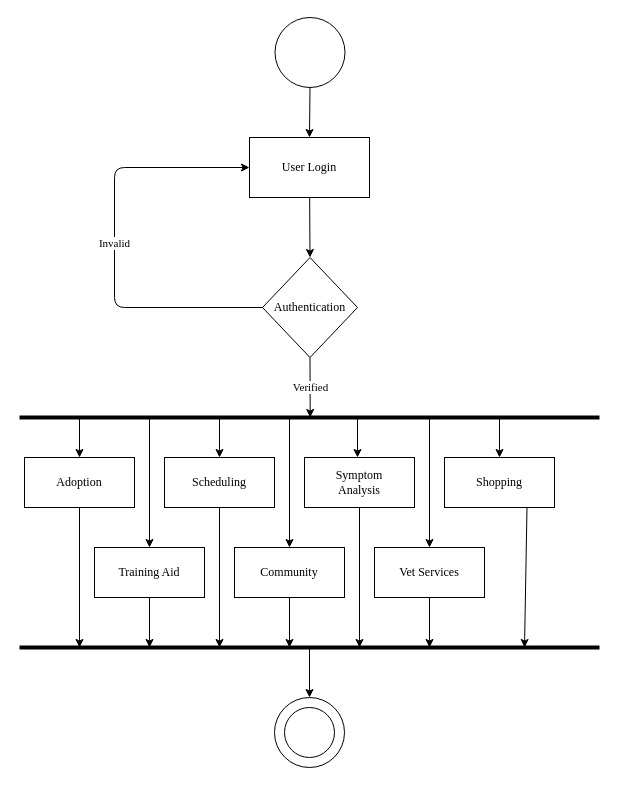
Rayal-Khatri/HlwPet keeps this draw.io diagram as Diagrams/Activity_User.drawio. Above is the earlier version. Source tidied: cells renumbered, new cells numbered last; positions are measured from the earlier drawing's top-left corner, leaving out a move shared by most shapes. Both pictures are drawn from the tidied source at 100%, with x=0, y=0 at pixel (19, 17).
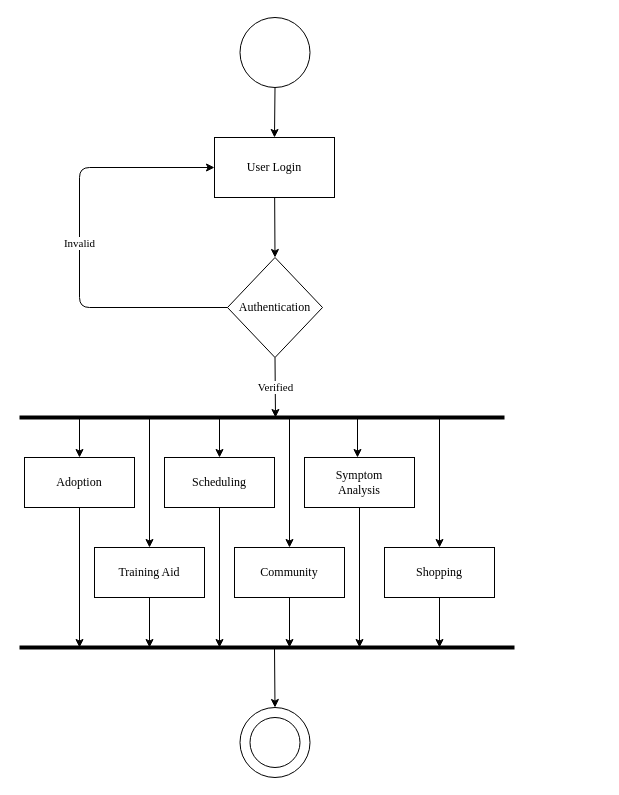
After the change.

Unchanged cells that the change refers to:
```xml
<mxCell id="11" style="group;fontFamily=Times New Roman;" parent="1" vertex="1">
  <mxGeometry x="5" y="440" width="530" height="140" as="geometry" />
</mxCell>
```

The edit, as a diff of the source:
```diff
@@
     <mxCell id="2" style="ellipse;whiteSpace=wrap;html=1;fillColor=default;fillStyle=solid;labelBackgroundColor=none;fontFamily=Times New Roman;" parent="1" vertex="1">
-      <mxGeometry x="265" y="690" width="50" height="50" as="geometry" />
+      <mxGeometry x="230.5" y="700" width="50" height="50" as="geometry" />
     </mxCell>
@@
     <mxCell id="4" style="ellipse;whiteSpace=wrap;html=1;labelBackgroundColor=none;fillStyle=solid;fillColor=default;fontFamily=Times New Roman;" parent="1" vertex="1">
-      <mxGeometry x="255.5" width="70" height="70" as="geometry" />
+      <mxGeometry x="220.5" width="70" height="70" as="geometry" />
     </mxCell>
@@
     <mxCell id="6" value="User Login" style="rounded=0;whiteSpace=wrap;html=1;labelBackgroundColor=none;fillStyle=solid;fillColor=none;fontFamily=Times New Roman;" parent="1" vertex="1">
-      <mxGeometry x="230" y="120" width="120" height="60" as="geometry" />
+      <mxGeometry x="195" y="120" width="120" height="60" as="geometry" />
     </mxCell>
     <mxCell id="7" value="Invalid" style="edgeStyle=none;html=1;entryX=0;entryY=0.5;entryDx=0;entryDy=0;fontFamily=Times New Roman;" parent="1" edge="1" source="9" target="6">
       <mxGeometry relative="1" as="geometry">
         <Array as="points">
-          <mxPoint x="95" y="290" />
-          <mxPoint x="95" y="150" />
+          <mxPoint x="60" y="290" />
+          <mxPoint x="60" y="150" />
         </Array>
       </mxGeometry>
     </mxCell>
     <mxCell id="8" value="Verified" style="edgeStyle=none;html=1;exitX=0.5;exitY=1;exitDx=0;exitDy=0;fontFamily=Times New Roman;" parent="1" edge="1" source="9">
       <mxGeometry relative="1" as="geometry">
-        <mxPoint x="290.7" y="400" as="targetPoint" />
+        <mxPoint x="256" y="400" as="targetPoint" />
       </mxGeometry>
     </mxCell>
     <mxCell id="9" value="Authentication" style="rhombus;whiteSpace=wrap;html=1;labelBackgroundColor=none;fillStyle=solid;fillColor=none;fontFamily=Times New Roman;" parent="1" vertex="1">
-      <mxGeometry x="243" y="240" width="95" height="100" as="geometry" />
+      <mxGeometry x="208" y="240" width="95" height="100" as="geometry" />
     </mxCell>
     <mxCell id="10" style="endArrow=none;html=1;strokeWidth=4;fontFamily=Times New Roman;" parent="1" edge="1">
       <mxGeometry relative="1" as="geometry">
         <mxPoint y="400" as="sourcePoint" />
-        <mxPoint x="580" y="400" as="targetPoint" />
+        <mxPoint x="485" y="400" as="targetPoint" />
       </mxGeometry>
     </mxCell>
@@
     <mxCell id="15" value="Shopping" style="rounded=0;whiteSpace=wrap;html=1;labelBackgroundColor=none;fillStyle=solid;fillColor=none;fontFamily=Times New Roman;" parent="11" vertex="1">
-      <mxGeometry x="420" width="110" height="50" as="geometry" />
+      <mxGeometry x="360" y="90" width="110" height="50" as="geometry" />
     </mxCell>
@@
-    <mxCell id="18" value="Vet Services" style="rounded=0;whiteSpace=wrap;html=1;labelBackgroundColor=none;fillStyle=solid;fillColor=none;fontFamily=Times New Roman;" parent="11" vertex="1">
-      <mxGeometry x="350" y="90" width="110" height="50" as="geometry" />
-    </mxCell>
     <mxCell id="19" style="endArrow=none;html=1;strokeWidth=4;fontFamily=Times New Roman;" parent="1" edge="1">
       <mxGeometry relative="1" as="geometry">
         <mxPoint y="630" as="sourcePoint" />
-        <mxPoint x="580" y="630" as="targetPoint" />
+        <mxPoint x="495" y="630" as="targetPoint" />
       </mxGeometry>
     </mxCell>
@@
     <mxCell id="22" style="endArrow=classic;html=1;strokeWidth=1;entryX=0.5;entryY=0;entryDx=0;entryDy=0;fontFamily=Times New Roman;" parent="1" edge="1" target="15">
       <mxGeometry relative="1" as="geometry">
-        <mxPoint x="480" y="400" as="sourcePoint" />
+        <mxPoint x="420" y="400" as="sourcePoint" />
       </mxGeometry>
     </mxCell>
@@
-    <mxCell id="26" style="endArrow=classic;html=1;strokeWidth=1;entryX=0.5;entryY=0;entryDx=0;entryDy=0;fontFamily=Times New Roman;" parent="1" edge="1" target="18">
-      <mxGeometry relative="1" as="geometry">
-        <mxPoint x="410" y="400" as="sourcePoint" />
-      </mxGeometry>
-    </mxCell>
@@
-    <mxCell id="30" style="edgeStyle=none;html=1;strokeWidth=1;fontFamily=Times New Roman;" parent="1" edge="1" source="18">
-      <mxGeometry relative="1" as="geometry">
-        <mxPoint x="410" y="630" as="targetPoint" />
-      </mxGeometry>
-    </mxCell>
     <mxCell id="31" style="ellipse;whiteSpace=wrap;html=1;labelBackgroundColor=none;fillStyle=solid;fillColor=none;fontFamily=Times New Roman;" parent="1" vertex="1">
-      <mxGeometry x="255" y="680" width="70" height="70" as="geometry" />
+      <mxGeometry x="220.5" y="690" width="70" height="70" as="geometry" />
     </mxCell>
     <mxCell id="32" style="endArrow=classic;html=1;strokeWidth=1;entryX=0.5;entryY=0;entryDx=0;entryDy=0;fontFamily=Times New Roman;" parent="1" edge="1" target="31">
       <mxGeometry relative="1" as="geometry">
-        <mxPoint x="290" y="630" as="sourcePoint" />
+        <mxPoint x="255" y="630" as="sourcePoint" />
       </mxGeometry>
     </mxCell>
@@
-    <mxCell id="35" style="edgeStyle=none;html=1;strokeWidth=1;exitX=0.75;exitY=1;exitDx=0;exitDy=0;fontFamily=Times New Roman;" parent="1" edge="1" source="15">
+    <mxCell id="35" style="edgeStyle=none;html=1;strokeWidth=1;exitX=0.5;exitY=1;exitDx=0;exitDy=0;fontFamily=Times New Roman;" parent="1" edge="1" source="15">
       <mxGeometry relative="1" as="geometry">
-        <mxPoint x="505" y="630" as="targetPoint" />
+        <mxPoint x="420" y="630" as="targetPoint" />
       </mxGeometry>
     </mxCell>
```
